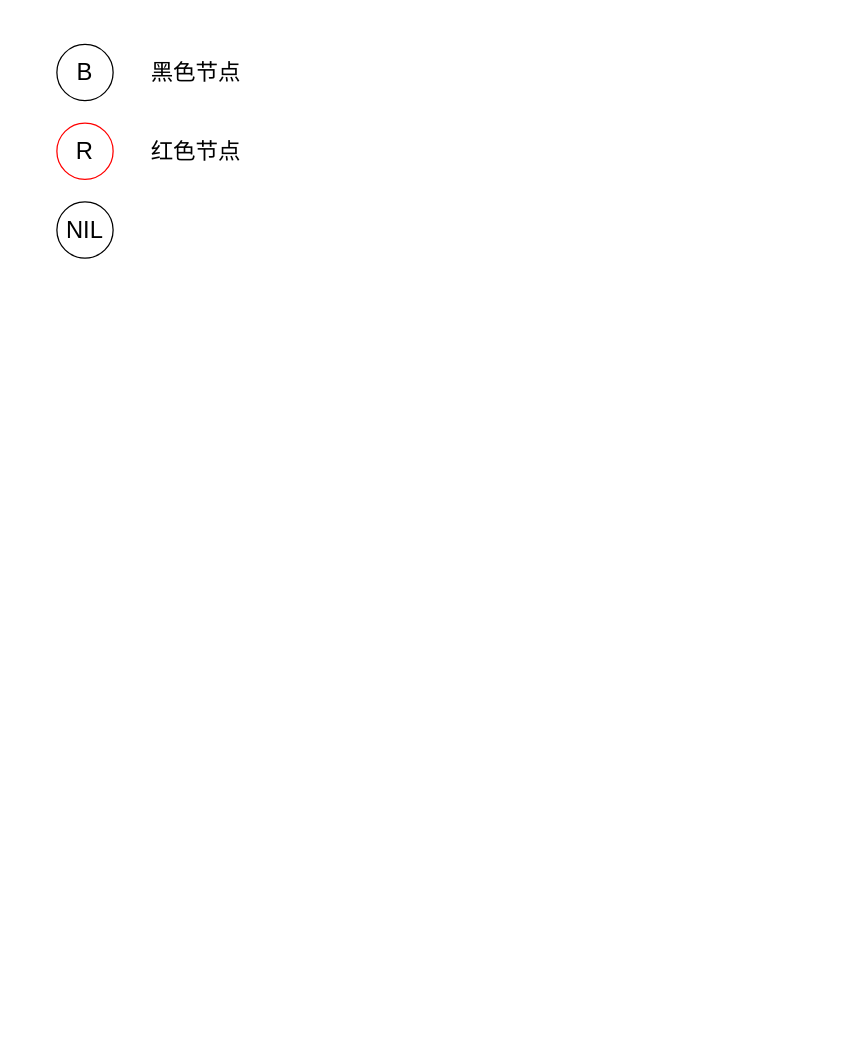
Above: facedraw.drawio in xiaodongYao/DrawIO (draw.io), before the change. Source tidied: cells renumbered, new cells numbered last; positions are measured from the earlier drawing's top-left corner, leaving out a move shared by most shapes. Both pictures are drawn from the tidied source at 125%, with x=0, y=0 at pixel (56, 44).
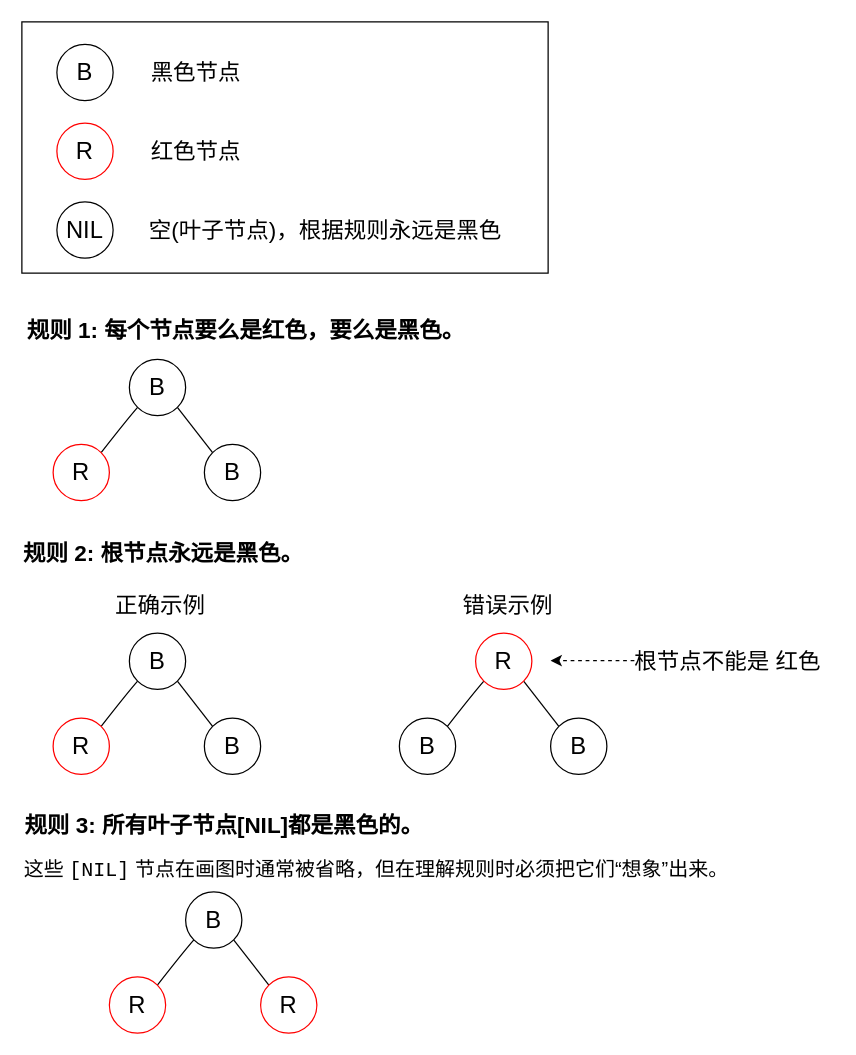
Above is the later version.

What changed in the source:
```diff
@@
+    <mxCell id="7" style="rounded=0;whiteSpace=wrap;html=1;" parent="1" vertex="1">
+      <mxGeometry x="-28" y="-18" width="421" height="201" as="geometry" />
+    </mxCell>
@@
+    <mxCell id="8" value="空(叶子节点)，根据规则永远是黑色" style="text;html=1;align=center;verticalAlign=middle;whiteSpace=wrap;rounded=0;fontSize=18;" parent="1" vertex="1">
+      <mxGeometry x="73" y="133.5" width="284" height="30" as="geometry" />
+    </mxCell>
+    <mxCell id="9" value="规则 1: 每个节点要么是红色，要么是黑色。" style="text;html=1;align=center;verticalAlign=middle;whiteSpace=wrap;rounded=0;fontSize=18;fontStyle=1;" parent="1" vertex="1">
+      <mxGeometry x="-28" y="214" width="359" height="30" as="geometry" />
+    </mxCell>
+    <mxCell id="10" style="rounded=0;jettySize=auto;html=1;exitX=0;exitY=1;exitDx=0;exitDy=0;entryX=1;entryY=0;entryDx=0;entryDy=0;curved=1;strokeColor=default;fillColor=default;endArrow=none;endFill=0;" parent="1" edge="1" source="12" target="13">
+      <mxGeometry relative="1" as="geometry">
+        <Array as="points">
+          <mxPoint x="57" y="299" />
+        </Array>
+      </mxGeometry>
+    </mxCell>
+    <mxCell id="11" style="rounded=0;jettySize=auto;html=1;exitX=1;exitY=1;exitDx=0;exitDy=0;entryX=0;entryY=0;entryDx=0;entryDy=0;endArrow=none;endFill=0;" parent="1" edge="1" source="12" target="14">
+      <mxGeometry relative="1" as="geometry" />
+    </mxCell>
+    <mxCell id="12" value="B" style="ellipse;whiteSpace=wrap;html=1;fontSize=19;" parent="1" vertex="1">
+      <mxGeometry x="58" y="252" width="45" height="45" as="geometry" />
+    </mxCell>
+    <mxCell id="13" value="R" style="ellipse;whiteSpace=wrap;html=1;fontSize=19;strokeColor=light-dark(#ff0000, #ededed);" parent="1" vertex="1">
+      <mxGeometry x="-3" y="320" width="45" height="45" as="geometry" />
+    </mxCell>
+    <mxCell id="14" value="B" style="ellipse;whiteSpace=wrap;html=1;fontSize=19;" parent="1" vertex="1">
+      <mxGeometry x="118" y="320" width="45" height="45" as="geometry" />
+    </mxCell>
+    <mxCell id="15" value="规则 2: 根节点永远是黑色。" style="text;html=1;align=center;verticalAlign=middle;whiteSpace=wrap;rounded=0;fontSize=18;fontStyle=1;" parent="1" vertex="1">
+      <mxGeometry x="-28" y="393" width="227" height="30" as="geometry" />
+    </mxCell>
+    <mxCell id="16" value="正确示例" style="text;html=1;align=center;verticalAlign=middle;whiteSpace=wrap;rounded=0;fontSize=18;" parent="1" vertex="1">
+      <mxGeometry x="42" y="435" width="82" height="28" as="geometry" />
+    </mxCell>
+    <mxCell id="17" style="rounded=0;jettySize=auto;html=1;exitX=0;exitY=1;exitDx=0;exitDy=0;entryX=1;entryY=0;entryDx=0;entryDy=0;curved=1;strokeColor=default;fillColor=default;endArrow=none;endFill=0;" parent="1" edge="1" source="19" target="20">
+      <mxGeometry relative="1" as="geometry">
+        <Array as="points">
+          <mxPoint x="57" y="518" />
+        </Array>
+      </mxGeometry>
+    </mxCell>
+    <mxCell id="18" style="rounded=0;jettySize=auto;html=1;exitX=1;exitY=1;exitDx=0;exitDy=0;entryX=0;entryY=0;entryDx=0;entryDy=0;endArrow=none;endFill=0;" parent="1" edge="1" source="19" target="21">
+      <mxGeometry relative="1" as="geometry" />
+    </mxCell>
+    <mxCell id="19" value="B" style="ellipse;whiteSpace=wrap;html=1;fontSize=19;" parent="1" vertex="1">
+      <mxGeometry x="58" y="471" width="45" height="45" as="geometry" />
+    </mxCell>
+    <mxCell id="20" value="R" style="ellipse;whiteSpace=wrap;html=1;fontSize=19;strokeColor=light-dark(#ff0000, #ededed);" parent="1" vertex="1">
+      <mxGeometry x="-3" y="539" width="45" height="45" as="geometry" />
+    </mxCell>
+    <mxCell id="21" value="B" style="ellipse;whiteSpace=wrap;html=1;fontSize=19;" parent="1" vertex="1">
+      <mxGeometry x="118" y="539" width="45" height="45" as="geometry" />
+    </mxCell>
+    <mxCell id="22" value="错误示例" style="text;html=1;align=center;verticalAlign=middle;whiteSpace=wrap;rounded=0;fontSize=18;" parent="1" vertex="1">
+      <mxGeometry x="320" y="435" width="82" height="28" as="geometry" />
+    </mxCell>
+    <mxCell id="23" style="rounded=0;jettySize=auto;html=1;exitX=0;exitY=1;exitDx=0;exitDy=0;entryX=1;entryY=0;entryDx=0;entryDy=0;curved=1;strokeColor=default;fillColor=default;endArrow=none;endFill=0;" parent="1" edge="1" source="25" target="26">
+      <mxGeometry relative="1" as="geometry">
+        <Array as="points">
+          <mxPoint x="334" y="518" />
+        </Array>
+      </mxGeometry>
+    </mxCell>
+    <mxCell id="24" style="rounded=0;jettySize=auto;html=1;exitX=1;exitY=1;exitDx=0;exitDy=0;entryX=0;entryY=0;entryDx=0;entryDy=0;endArrow=none;endFill=0;" parent="1" edge="1" source="25" target="27">
+      <mxGeometry relative="1" as="geometry" />
+    </mxCell>
+    <mxCell id="25" value="R" style="ellipse;whiteSpace=wrap;html=1;fontSize=19;strokeColor=light-dark(#ff0000, #ededed);" parent="1" vertex="1">
+      <mxGeometry x="335" y="471" width="45" height="45" as="geometry" />
+    </mxCell>
+    <mxCell id="26" value="B" style="ellipse;whiteSpace=wrap;html=1;fontSize=19;strokeColor=default;" parent="1" vertex="1">
+      <mxGeometry x="274" y="539" width="45" height="45" as="geometry" />
+    </mxCell>
+    <mxCell id="27" value="B" style="ellipse;whiteSpace=wrap;html=1;fontSize=19;" parent="1" vertex="1">
+      <mxGeometry x="395" y="539" width="45" height="45" as="geometry" />
+    </mxCell>
+    <mxCell id="28" value="根节点不能是 红色" style="text;html=1;align=center;verticalAlign=middle;whiteSpace=wrap;rounded=0;fontSize=18;" parent="1" vertex="1">
+      <mxGeometry x="452" y="478.5" width="170" height="30" as="geometry" />
+    </mxCell>
+    <mxCell id="29" style="endArrow=classic;html=1;rounded=0;dashed=1;" parent="1" edge="1">
+      <mxGeometry relative="1" as="geometry">
+        <mxPoint x="462" y="493" as="sourcePoint" />
+        <mxPoint x="395" y="493" as="targetPoint" />
+      </mxGeometry>
+    </mxCell>
+    <mxCell id="30" value="规则 3: 所有叶子节点[NIL]都是黑色的。" style="text;html=1;align=center;verticalAlign=middle;whiteSpace=wrap;rounded=0;fontSize=18;fontStyle=1;" parent="1" vertex="1">
+      <mxGeometry x="-28" y="610" width="324" height="30" as="geometry" />
+    </mxCell>
+    <mxCell id="31" value="这些 &lt;code&gt;[NIL]&lt;/code&gt; 节点在画图时通常被省略，但在理解规则时必须把它们“想象”出来。" style="text;whiteSpace=wrap;html=1;fontSize=16;" parent="1" vertex="1">
+      <mxGeometry x="-28" y="644" width="580" height="32" as="geometry" />
+    </mxCell>
+    <mxCell id="32" style="rounded=0;jettySize=auto;html=1;exitX=0;exitY=1;exitDx=0;exitDy=0;entryX=1;entryY=0;entryDx=0;entryDy=0;curved=1;strokeColor=default;fillColor=default;endArrow=none;endFill=0;" parent="1" edge="1" source="34" target="35">
+      <mxGeometry relative="1" as="geometry">
+        <Array as="points">
+          <mxPoint x="102" y="725" />
+        </Array>
+      </mxGeometry>
+    </mxCell>
+    <mxCell id="33" style="rounded=0;jettySize=auto;html=1;exitX=1;exitY=1;exitDx=0;exitDy=0;entryX=0;entryY=0;entryDx=0;entryDy=0;endArrow=none;endFill=0;" parent="1" edge="1" source="34" target="36">
+      <mxGeometry relative="1" as="geometry" />
+    </mxCell>
+    <mxCell id="34" value="B" style="ellipse;whiteSpace=wrap;html=1;fontSize=19;" parent="1" vertex="1">
+      <mxGeometry x="103" y="678" width="45" height="45" as="geometry" />
+    </mxCell>
+    <mxCell id="35" value="R" style="ellipse;whiteSpace=wrap;html=1;fontSize=19;strokeColor=light-dark(#ff0000, #ededed);" parent="1" vertex="1">
+      <mxGeometry x="42" y="746" width="45" height="45" as="geometry" />
+    </mxCell>
+    <mxCell id="36" value="R" style="ellipse;whiteSpace=wrap;html=1;fontSize=19;strokeColor=light-dark(#ff0000, #ededed);" parent="1" vertex="1">
+      <mxGeometry x="163" y="746" width="45" height="45" as="geometry" />
+    </mxCell>
```
